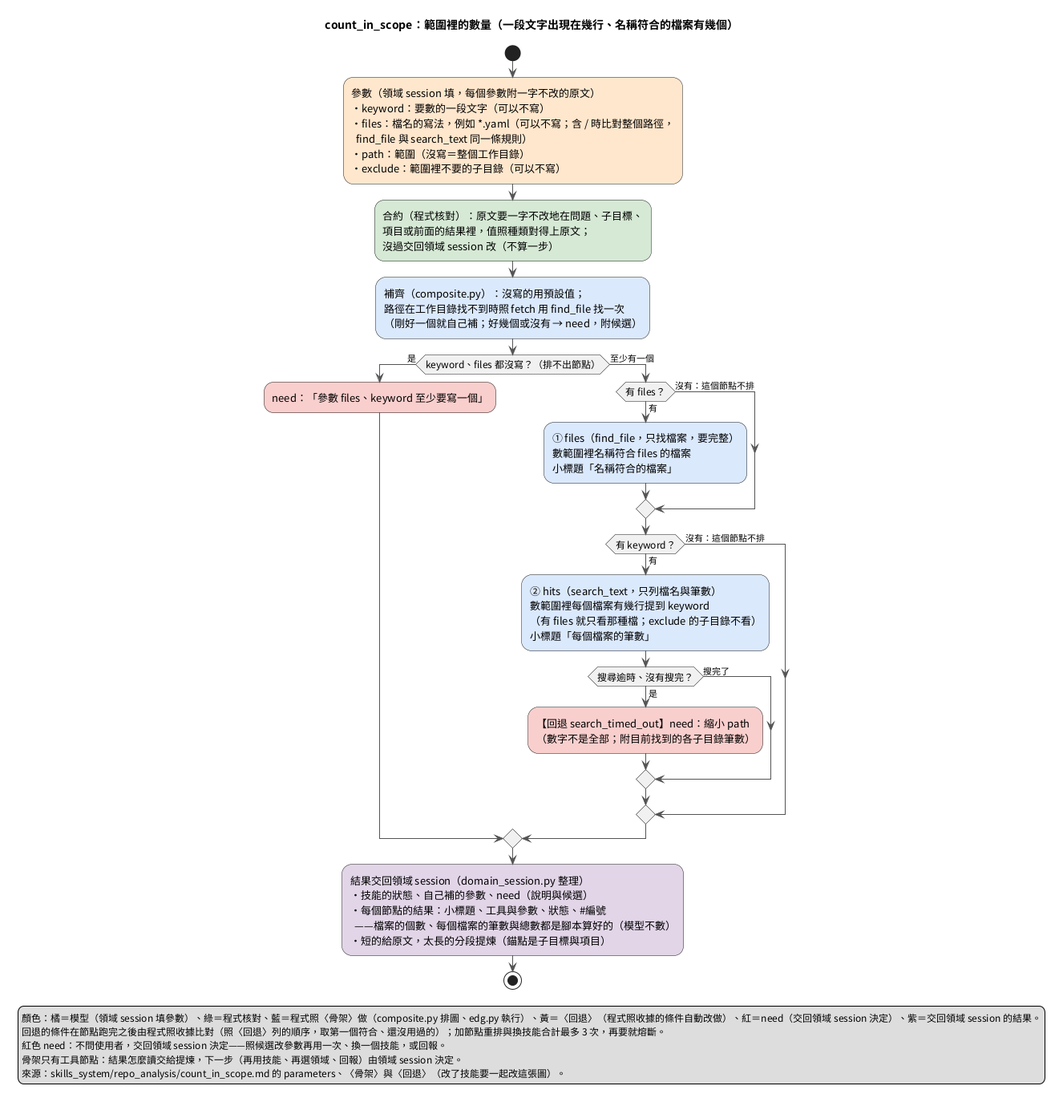
Before: doc/images/複合技能_count_in_scope.png, a diagram exported from PlantUML (DavidZox/Coding_agnet).
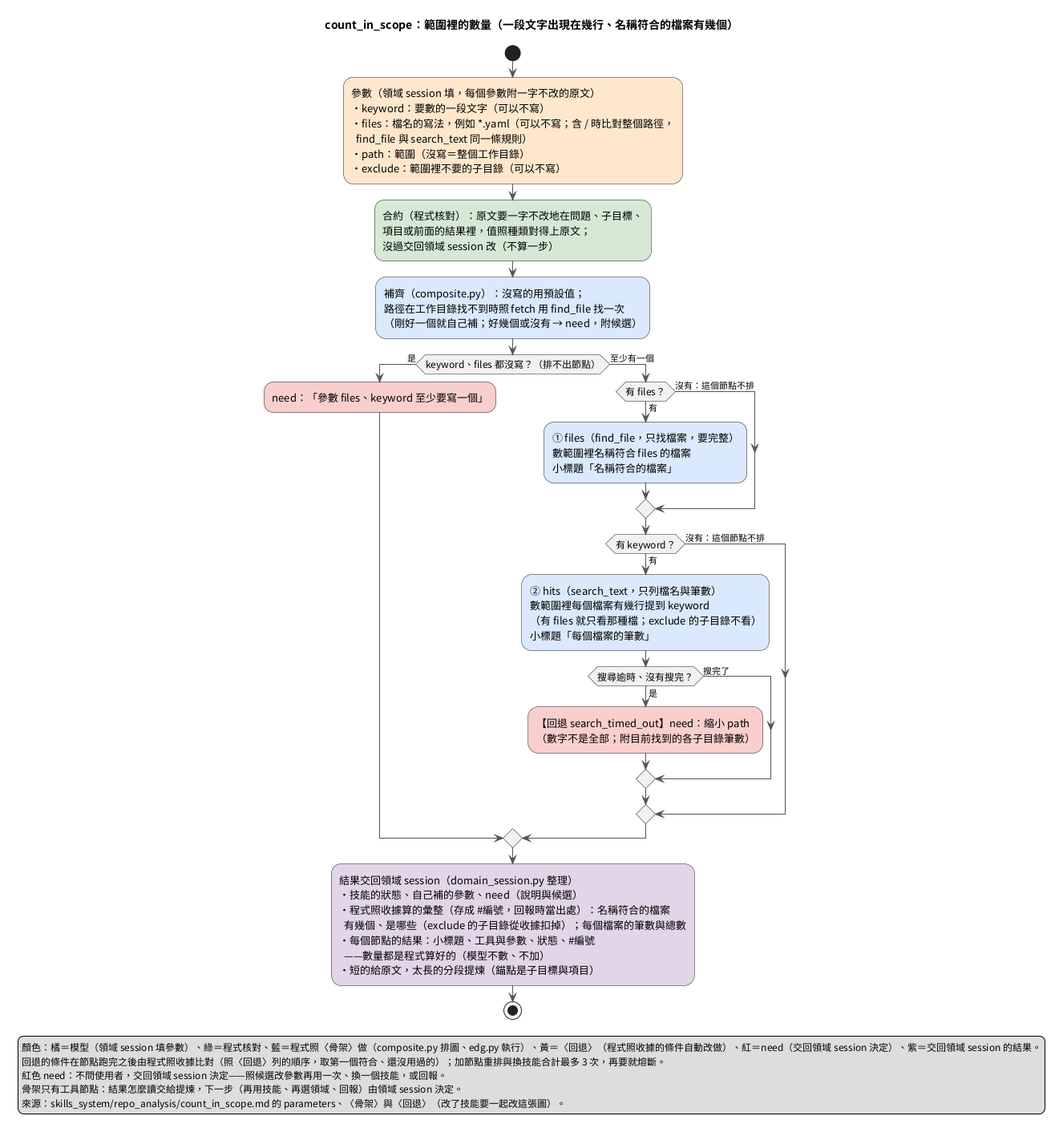
The same diagram one commit later.

Diff of the diagram source:
```diff
@@ -45,8 +45,10 @@
 endif
 :結果交回領域 session（domain_session.py 整理）
 ・技能的狀態、自己補的參數、need（說明與候選）
+・程式照收據算的彙整（存成 #編號，回報時當出處）：名稱符合的檔案
+  有幾個、是哪些（exclude 的子目錄從收據扣掉）；每個檔案的筆數與總數
 ・每個節點的結果：小標題、工具與參數、狀態、#編號
-  ——檔案的個數、每個檔案的筆數與總數都是腳本算好的（模型不數）
+  ——數量都是程式算好的（模型不數、不加）
 ・短的給原文，太長的分段提煉（錨點是子目標與項目）; <<#E1D5E7>>
 stop
 legend bottom
```
